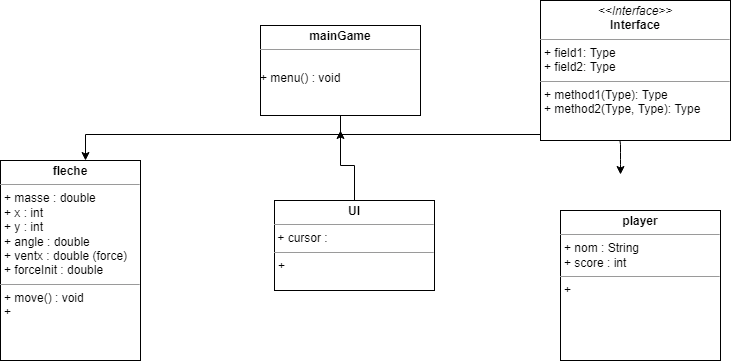
Earlier version of the draw.io export UMLDiagram.png (vbard1/mini-projet-2). Source tidied: cells renumbered, new cells last; positions are measured from the earlier drawing's top-left corner, leaving out a move shared by most shapes.
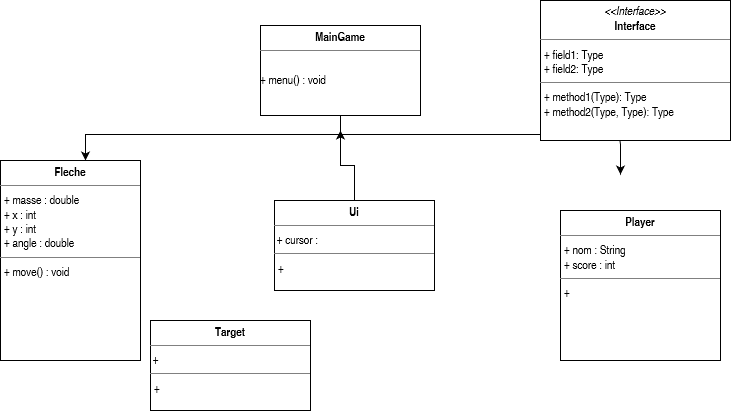
After the commit.

The edit, as a diff of the source:
```diff
@@ -30,10 +30,10 @@
     <mxCell id="5" value="&lt;p style=&quot;margin:0px;margin-top:4px;text-align:center;&quot;&gt;&lt;i&gt;&amp;lt;&amp;lt;Interface&amp;gt;&amp;gt;&lt;/i&gt;&lt;br/&gt;&lt;b&gt;Interface&lt;/b&gt;&lt;/p&gt;&lt;hr size=&quot;1&quot;/&gt;&lt;p style=&quot;margin:0px;margin-left:4px;&quot;&gt;+ field1: Type&lt;br/&gt;+ field2: Type&lt;/p&gt;&lt;hr size=&quot;1&quot;/&gt;&lt;p style=&quot;margin:0px;margin-left:4px;&quot;&gt;+ method1(Type): Type&lt;br/&gt;+ method2(Type, Type): Type&lt;/p&gt;" style="verticalAlign=top;align=left;overflow=fill;fontSize=12;fontFamily=Helvetica;html=1;" parent="1" vertex="1">
       <mxGeometry x="540" width="190" height="140" as="geometry" />
     </mxCell>
-    <mxCell id="6" value="&lt;p style=&quot;margin: 0px ; margin-top: 4px ; text-align: center&quot;&gt;&lt;b&gt;mainGame&lt;/b&gt;&lt;/p&gt;&lt;hr size=&quot;1&quot;&gt;&lt;p style=&quot;margin: 0px ; margin-left: 4px&quot;&gt;&lt;br&gt;&lt;/p&gt;+ menu() : void" style="verticalAlign=top;align=left;overflow=fill;fontSize=12;fontFamily=Helvetica;html=1;" parent="1" vertex="1">
+    <mxCell id="6" value="&lt;p style=&quot;margin: 0px ; margin-top: 4px ; text-align: center&quot;&gt;&lt;b&gt;MainGame&lt;/b&gt;&lt;/p&gt;&lt;hr size=&quot;1&quot;&gt;&lt;p style=&quot;margin: 0px ; margin-left: 4px&quot;&gt;&lt;br&gt;&lt;/p&gt;+ menu() : void" style="verticalAlign=top;align=left;overflow=fill;fontSize=12;fontFamily=Helvetica;html=1;" parent="1" vertex="1">
       <mxGeometry x="260" y="25" width="160" height="90" as="geometry" />
     </mxCell>
-    <mxCell id="7" value="&lt;p style=&quot;margin: 0px ; margin-top: 4px ; text-align: center&quot;&gt;&lt;b&gt;fleche&lt;/b&gt;&lt;br&gt;&lt;/p&gt;&lt;hr size=&quot;1&quot;&gt;&lt;p style=&quot;margin: 0px ; margin-left: 4px&quot;&gt;+ masse : double&lt;/p&gt;&lt;p style=&quot;margin: 0px ; margin-left: 4px&quot;&gt;+ x : int&lt;/p&gt;&lt;p style=&quot;margin: 0px ; margin-left: 4px&quot;&gt;+ y : int&lt;br&gt;&lt;/p&gt;&lt;p style=&quot;margin: 0px ; margin-left: 4px&quot;&gt;+ angle : double&lt;/p&gt;&lt;p style=&quot;margin: 0px ; margin-left: 4px&quot;&gt;+ ventx : double (force)&lt;/p&gt;&lt;p style=&quot;margin: 0px ; margin-left: 4px&quot;&gt;+ forceInit : double&lt;/p&gt;&lt;hr size=&quot;1&quot;&gt;&lt;p style=&quot;margin: 0px ; margin-left: 4px&quot;&gt;+ move() : void&lt;/p&gt;&lt;p style=&quot;margin: 0px ; margin-left: 4px&quot;&gt;+&lt;/p&gt;" style="verticalAlign=top;align=left;overflow=fill;fontSize=12;fontFamily=Helvetica;html=1;" parent="1" vertex="1">
+    <mxCell id="7" value="&lt;p style=&quot;margin: 0px ; margin-top: 4px ; text-align: center&quot;&gt;&lt;b&gt;Fleche&lt;/b&gt;&lt;br&gt;&lt;/p&gt;&lt;hr size=&quot;1&quot;&gt;&lt;p style=&quot;margin: 0px ; margin-left: 4px&quot;&gt;+ masse : double&lt;/p&gt;&lt;p style=&quot;margin: 0px ; margin-left: 4px&quot;&gt;+ x : int&lt;/p&gt;&lt;p style=&quot;margin: 0px ; margin-left: 4px&quot;&gt;+ y : int&lt;br&gt;&lt;/p&gt;&lt;p style=&quot;margin: 0px ; margin-left: 4px&quot;&gt;+ angle : double&lt;/p&gt;&lt;hr size=&quot;1&quot;&gt;&lt;p style=&quot;margin: 0px ; margin-left: 4px&quot;&gt;+ move() : void&lt;br&gt;&lt;/p&gt;" style="verticalAlign=top;align=left;overflow=fill;fontSize=12;fontFamily=Helvetica;html=1;" parent="1" vertex="1">
       <mxGeometry y="160" width="140" height="200" as="geometry" />
     </mxCell>
     <mxCell id="8" style="edgeStyle=orthogonalEdgeStyle;rounded=0;jettySize=auto;html=1;exitX=0.5;exitY=0;exitDx=0;exitDy=0;" parent="1" edge="1" source="9">
@@ -41,16 +41,19 @@
         <mxPoint x="340" y="130" as="targetPoint" />
       </mxGeometry>
     </mxCell>
-    <mxCell id="9" value="&lt;p style=&quot;margin: 0px ; margin-top: 4px ; text-align: center&quot;&gt;&lt;b&gt;UI&lt;/b&gt;&lt;br&gt;&lt;/p&gt;&lt;hr size=&quot;1&quot;&gt;&amp;nbsp;+ cursor : &lt;br&gt;&lt;hr size=&quot;1&quot;&gt;&lt;p style=&quot;margin: 0px ; margin-left: 4px&quot;&gt;+&lt;/p&gt;" style="verticalAlign=top;align=left;overflow=fill;fontSize=12;fontFamily=Helvetica;html=1;" parent="1" vertex="1">
+    <mxCell id="9" value="&lt;p style=&quot;margin: 0px ; margin-top: 4px ; text-align: center&quot;&gt;&lt;b&gt;Ui&lt;/b&gt;&lt;br&gt;&lt;/p&gt;&lt;hr size=&quot;1&quot;&gt;&amp;nbsp;+ cursor : &lt;br&gt;&lt;hr size=&quot;1&quot;&gt;&lt;p style=&quot;margin: 0px ; margin-left: 4px&quot;&gt;+&lt;/p&gt;" style="verticalAlign=top;align=left;overflow=fill;fontSize=12;fontFamily=Helvetica;html=1;" parent="1" vertex="1">
       <mxGeometry x="274" y="200" width="160" height="90" as="geometry" />
     </mxCell>
-    <mxCell id="10" value="&lt;p style=&quot;margin: 0px ; margin-top: 4px ; text-align: center&quot;&gt;&lt;b&gt;player&lt;/b&gt;&lt;br&gt;&lt;/p&gt;&lt;hr size=&quot;1&quot;&gt;&lt;p style=&quot;margin: 0px ; margin-left: 4px&quot;&gt;+ nom : String&lt;/p&gt;&lt;p style=&quot;margin: 0px ; margin-left: 4px&quot;&gt;+ score : int&lt;/p&gt;&lt;hr size=&quot;1&quot;&gt;&lt;p style=&quot;margin: 0px ; margin-left: 4px&quot;&gt;+&lt;br&gt;&lt;/p&gt;" style="verticalAlign=top;align=left;overflow=fill;fontSize=12;fontFamily=Helvetica;html=1;" parent="1" vertex="1">
+    <mxCell id="10" value="&lt;p style=&quot;margin: 0px ; margin-top: 4px ; text-align: center&quot;&gt;&lt;b&gt;Player&lt;/b&gt;&lt;br&gt;&lt;/p&gt;&lt;hr size=&quot;1&quot;&gt;&lt;p style=&quot;margin: 0px ; margin-left: 4px&quot;&gt;+ nom : String&lt;/p&gt;&lt;p style=&quot;margin: 0px ; margin-left: 4px&quot;&gt;+ score : int&lt;/p&gt;&lt;hr size=&quot;1&quot;&gt;&lt;p style=&quot;margin: 0px ; margin-left: 4px&quot;&gt;+&lt;br&gt;&lt;/p&gt;" style="verticalAlign=top;align=left;overflow=fill;fontSize=12;fontFamily=Helvetica;html=1;" parent="1" vertex="1">
       <mxGeometry x="560" y="210" width="160" height="150" as="geometry" />
     </mxCell>
-    <mxCell id="11" style="edgeStyle=orthogonalEdgeStyle;rounded=0;jettySize=auto;html=1;exitX=0.5;exitY=1;exitDx=0;exitDy=0;" parent="1" edge="1" source="x">
+    <mxCell id="11" style="edgeStyle=orthogonalEdgeStyle;rounded=0;orthogonalLoop=1;jettySize=auto;html=1;exitX=0.5;exitY=1;exitDx=0;exitDy=0;" parent="1" edge="1">
       <mxGeometry relative="1" as="geometry">
         <mxPoint x="85" y="380" as="targetPoint" />
       </mxGeometry>
     </mxCell>
+    <mxCell id="12" value="&lt;p style=&quot;margin: 0px ; margin-top: 4px ; text-align: center&quot;&gt;&lt;b&gt;Target&lt;/b&gt;&lt;br&gt;&lt;/p&gt;&lt;hr size=&quot;1&quot;&gt;&amp;nbsp;+ &lt;br&gt;&lt;hr size=&quot;1&quot;&gt;&lt;p style=&quot;margin: 0px ; margin-left: 4px&quot;&gt;+&lt;/p&gt;" style="verticalAlign=top;align=left;overflow=fill;fontSize=12;fontFamily=Helvetica;html=1;" parent="1" vertex="1">
+      <mxGeometry x="150" y="320" width="160" height="90" as="geometry" />
+    </mxCell>
   </root>
 </mxGraphModel>
```
